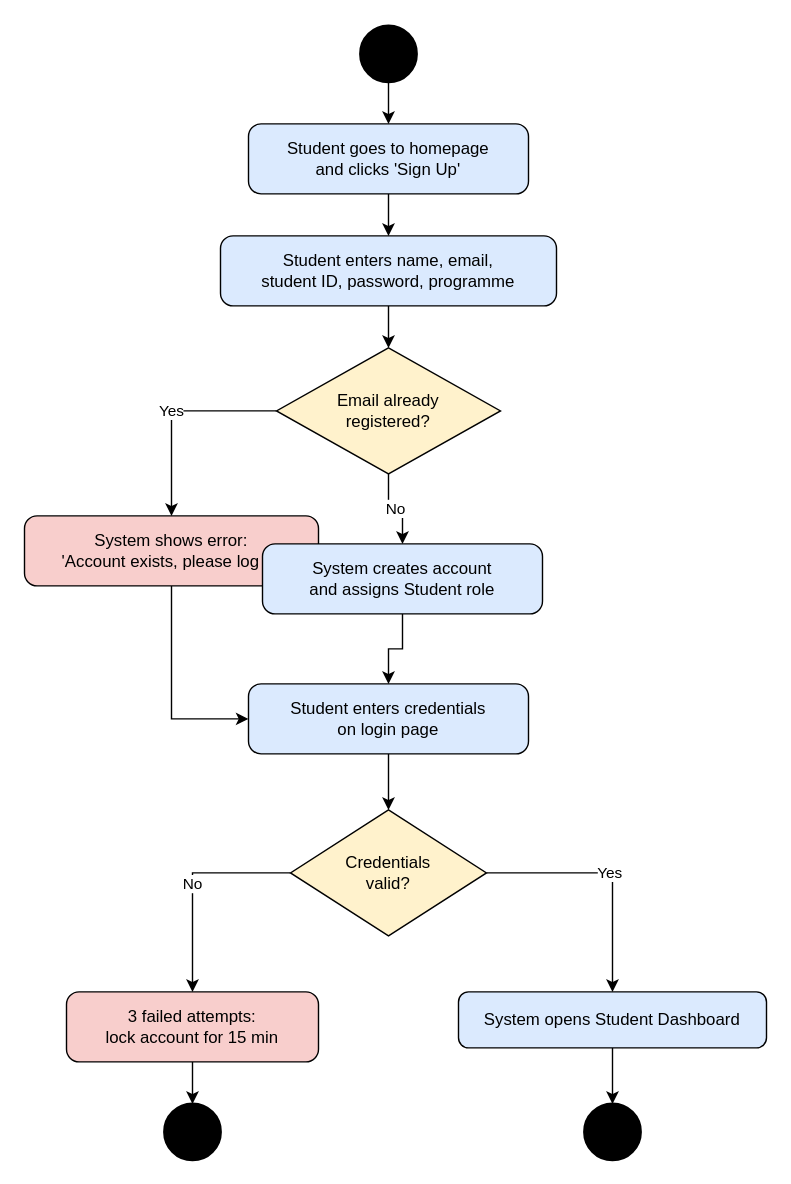
The draw.io diagram part-i/Activity-Diagrams_UC-01.drawio.xml in wingkit123/QuestLearn, before the edit. Source tidied: cells renumbered, new cells numbered last; positions are measured from the earlier drawing's top-left corner, leaving out a move shared by most shapes. Both pictures are drawn from the tidied source at 140%, with x=0, y=0 at pixel (24, 25).
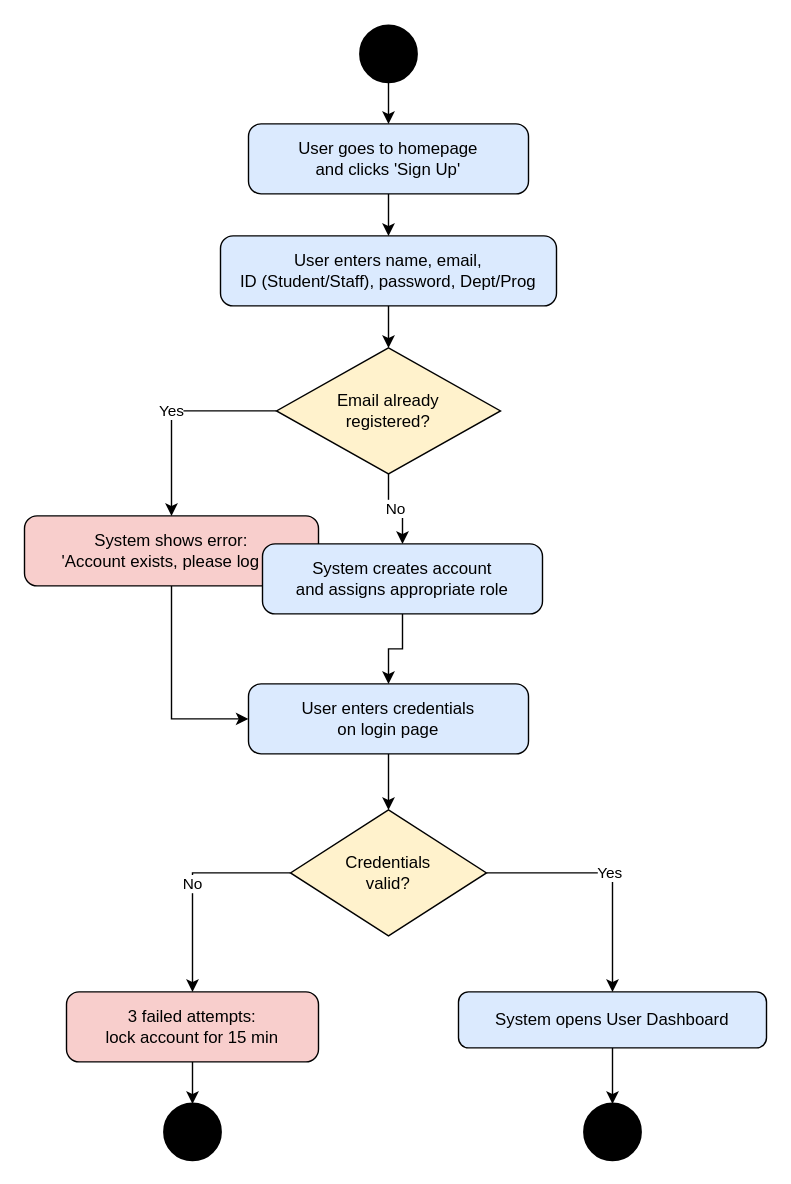
After the change.

Diff of the diagram source:
```diff
@@
-    <mxCell id="5" value="Student goes to homepage&#10;and clicks 'Sign Up'" style="rounded=1;whiteSpace=wrap;html=1;strokeColor=#000000;strokeWidth=1;fillColor=#dbeafe;fontColor=#000000;arcSize=18;" parent="1" vertex="1">
+    <mxCell id="5" value="User goes to homepage&#10;and clicks 'Sign Up'" style="rounded=1;whiteSpace=wrap;html=1;strokeColor=#000000;strokeWidth=1;fillColor=#dbeafe;fontColor=#000000;arcSize=18;" parent="1" vertex="1">
       <mxGeometry x="160" y="70" width="200" height="50" as="geometry" />
     </mxCell>
@@
-    <mxCell id="7" value="Student enters name, email,&#10;student ID, password, programme" style="rounded=1;whiteSpace=wrap;html=1;strokeColor=#000000;strokeWidth=1;fillColor=#dbeafe;fontColor=#000000;arcSize=18;" parent="1" vertex="1">
+    <mxCell id="7" value="User enters name, email,&#10;ID (Student/Staff), password, Dept/Prog" style="rounded=1;whiteSpace=wrap;html=1;strokeColor=#000000;strokeWidth=1;fillColor=#dbeafe;fontColor=#000000;arcSize=18;" parent="1" vertex="1">
       <mxGeometry x="140" y="150" width="240" height="50" as="geometry" />
     </mxCell>
@@
-    <mxCell id="14" value="System creates account&#10;and assigns Student role" style="rounded=1;whiteSpace=wrap;html=1;strokeColor=#000000;strokeWidth=1;fillColor=#dbeafe;fontColor=#000000;arcSize=18;" parent="1" vertex="1">
+    <mxCell id="14" value="System creates account&#10;and assigns appropriate role" style="rounded=1;whiteSpace=wrap;html=1;strokeColor=#000000;strokeWidth=1;fillColor=#dbeafe;fontColor=#000000;arcSize=18;" parent="1" vertex="1">
       <mxGeometry x="170" y="370" width="200" height="50" as="geometry" />
     </mxCell>
@@
-    <mxCell id="16" value="Student enters credentials&#10;on login page" style="rounded=1;whiteSpace=wrap;html=1;strokeColor=#000000;strokeWidth=1;fillColor=#dbeafe;fontColor=#000000;arcSize=18;" parent="1" vertex="1">
+    <mxCell id="16" value="User enters credentials&#10;on login page" style="rounded=1;whiteSpace=wrap;html=1;strokeColor=#000000;strokeWidth=1;fillColor=#dbeafe;fontColor=#000000;arcSize=18;" parent="1" vertex="1">
       <mxGeometry x="160" y="470" width="200" height="50" as="geometry" />
     </mxCell>
@@
-    <mxCell id="23" value="System opens Student Dashboard" style="rounded=1;whiteSpace=wrap;html=1;strokeColor=#000000;strokeWidth=1;fillColor=#dbeafe;fontColor=#000000;arcSize=18;" parent="1" vertex="1">
+    <mxCell id="23" value="System opens User Dashboard" style="rounded=1;whiteSpace=wrap;html=1;strokeColor=#000000;strokeWidth=1;fillColor=#dbeafe;fontColor=#000000;arcSize=18;" parent="1" vertex="1">
       <mxGeometry x="310" y="690" width="220" height="40" as="geometry" />
     </mxCell>
```
